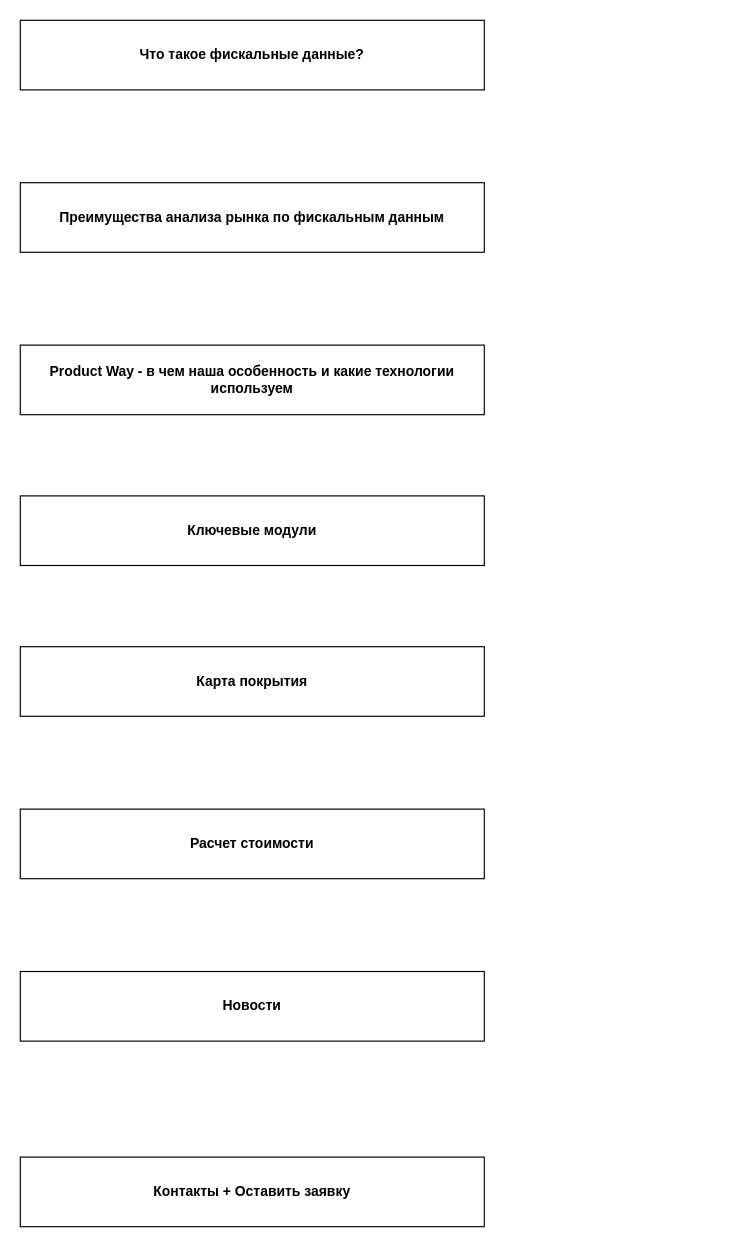
AleksandraTsygantsova/GB keeps this draw.io diagram as productway.drawio. Above is the earlier version. Source tidied: cells renumbered, new cells numbered last; positions are measured from the earlier drawing's top-left corner, leaving out a move shared by most shapes. Both pictures are drawn from the tidied source at 116%, with x=0, y=0 at pixel (20, 20).
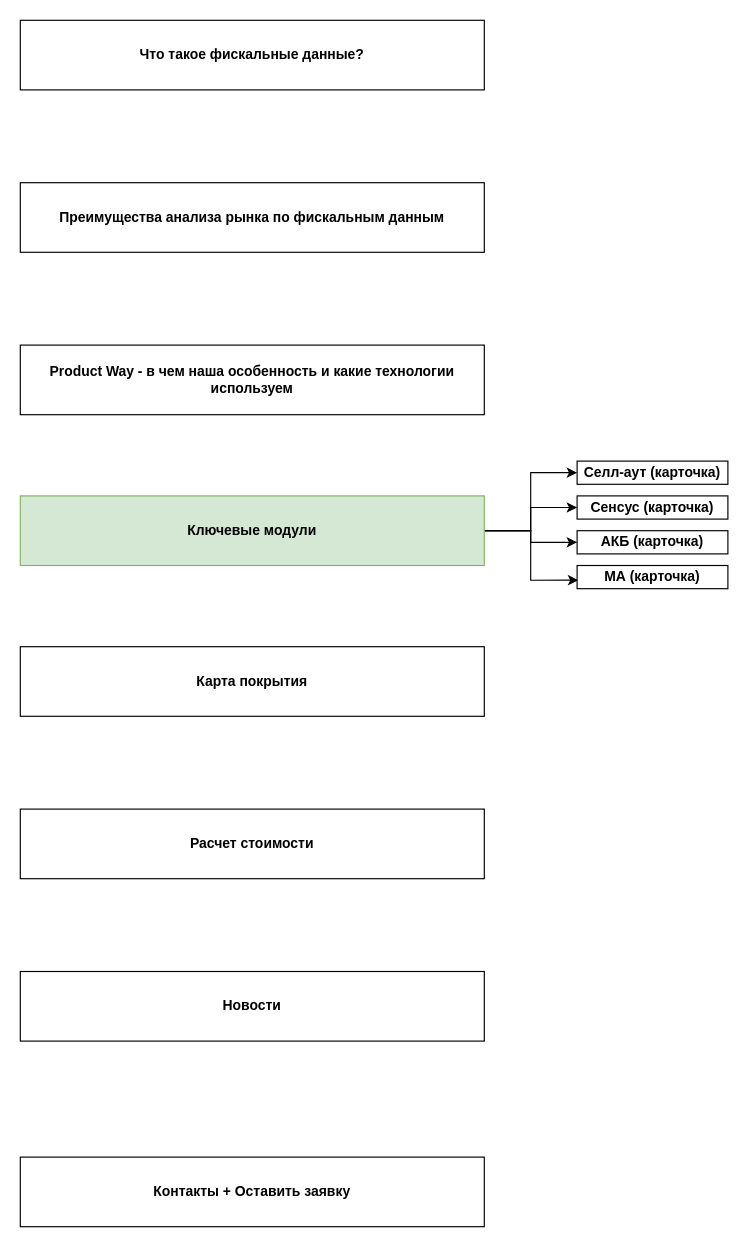
Above is the later version.

Diff of the diagram source:
```diff
@@
 <mxGraphModel>
   <root>
     <mxCell id="0" />
     <mxCell id="1" parent="0" />
     <mxCell id="2" value="&lt;b&gt;Что такое фискальные данные?&lt;br&gt;&lt;/b&gt;" style="rounded=0;whiteSpace=wrap;html=1;" parent="1" vertex="1">
       <mxGeometry width="400" height="60" as="geometry" />
     </mxCell>
     <mxCell id="3" value="Преимущества анализа рынка по фискальным данным" style="rounded=0;whiteSpace=wrap;html=1;fontStyle=1;" parent="1" vertex="1">
       <mxGeometry y="140" width="400" height="60" as="geometry" />
     </mxCell>
     <mxCell id="4" value="Product Way - в чем наша особенность и какие технологии используем" style="rounded=0;whiteSpace=wrap;html=1;fontStyle=1;" parent="1" vertex="1">
       <mxGeometry y="280" width="400" height="60" as="geometry" />
     </mxCell>
+    <mxCell id="10" style="edgeStyle=orthogonalEdgeStyle;rounded=0;jettySize=auto;html=1;exitX=1;exitY=0.5;exitDx=0;exitDy=0;entryX=0;entryY=0.5;entryDx=0;entryDy=0;" parent="1" edge="1" source="5" target="16">
+      <mxGeometry relative="1" as="geometry" />
+    </mxCell>
+    <mxCell id="11" style="edgeStyle=orthogonalEdgeStyle;rounded=0;jettySize=auto;html=1;exitX=1;exitY=0.5;exitDx=0;exitDy=0;entryX=0;entryY=0.5;entryDx=0;entryDy=0;" parent="1" edge="1" source="5" target="14">
+      <mxGeometry relative="1" as="geometry" />
+    </mxCell>
+    <mxCell id="12" style="edgeStyle=orthogonalEdgeStyle;rounded=0;jettySize=auto;html=1;exitX=1;exitY=0.5;exitDx=0;exitDy=0;entryX=0;entryY=0.5;entryDx=0;entryDy=0;" parent="1" edge="1" source="5" target="15">
+      <mxGeometry relative="1" as="geometry" />
+    </mxCell>
+    <mxCell id="13" style="edgeStyle=orthogonalEdgeStyle;rounded=0;jettySize=auto;html=1;exitX=1;exitY=0.5;exitDx=0;exitDy=0;entryX=0.008;entryY=0.633;entryDx=0;entryDy=0;entryPerimeter=0;" parent="1" edge="1" source="5" target="17">
+      <mxGeometry relative="1" as="geometry" />
+    </mxCell>
-    <mxCell id="5" value="Ключевые модули" style="rounded=0;whiteSpace=wrap;html=1;fontStyle=1;" parent="1" vertex="1">
+    <mxCell id="5" value="Ключевые модули" style="rounded=0;whiteSpace=wrap;html=1;fontStyle=1;fillColor=#d5e8d4;strokeColor=#82b366;" parent="1" vertex="1">
       <mxGeometry y="410" width="400" height="60" as="geometry" />
     </mxCell>
     <mxCell id="6" value="Карта покрытия" style="rounded=0;whiteSpace=wrap;html=1;fontStyle=1;" parent="1" vertex="1">
       <mxGeometry y="540" width="400" height="60" as="geometry" />
     </mxCell>
     <mxCell id="7" value="Расчет стоимости" style="rounded=0;whiteSpace=wrap;html=1;fontStyle=1;" parent="1" vertex="1">
       <mxGeometry y="680" width="400" height="60" as="geometry" />
     </mxCell>
     <mxCell id="8" value="Новости" style="rounded=0;whiteSpace=wrap;html=1;fontStyle=1;" parent="1" vertex="1">
       <mxGeometry y="820" width="400" height="60" as="geometry" />
     </mxCell>
     <mxCell id="9" value="Контакты + Оставить заявку" style="rounded=0;whiteSpace=wrap;html=1;fontStyle=1;" parent="1" vertex="1">
       <mxGeometry y="980" width="400" height="60" as="geometry" />
     </mxCell>
+    <mxCell id="14" value="Сенсус (карточка)" style="rounded=0;whiteSpace=wrap;html=1;fontStyle=1;" parent="1" vertex="1">
+      <mxGeometry x="480" y="410" width="130" height="20" as="geometry" />
+    </mxCell>
+    <mxCell id="15" value="АКБ (карточка)" style="rounded=0;whiteSpace=wrap;html=1;fontStyle=1;" parent="1" vertex="1">
+      <mxGeometry x="480" y="440" width="130" height="20" as="geometry" />
+    </mxCell>
+    <mxCell id="16" value="Селл-аут (карточка)" style="rounded=0;whiteSpace=wrap;html=1;fontStyle=1;" parent="1" vertex="1">
+      <mxGeometry x="480" y="380" width="130" height="20" as="geometry" />
+    </mxCell>
+    <mxCell id="17" value="МА (карточка)" style="rounded=0;whiteSpace=wrap;html=1;fontStyle=1;" parent="1" vertex="1">
+      <mxGeometry x="480" y="470" width="130" height="20" as="geometry" />
+    </mxCell>
   </root>
 </mxGraphModel>
```
